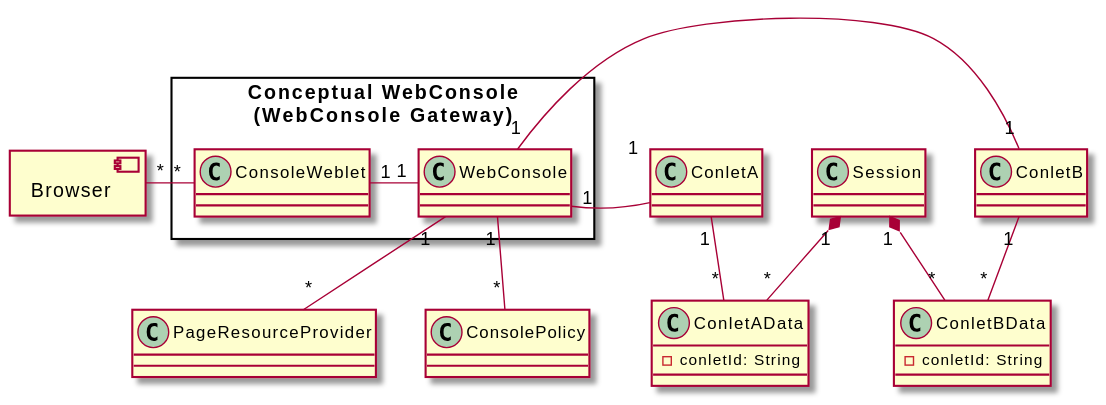
This is javadoc-webconsole/org/jgrapes/webconsole/base/ConsoleStructure.svg from mnlipp/jgrapes, a PlantUML export, as it was before one commit.
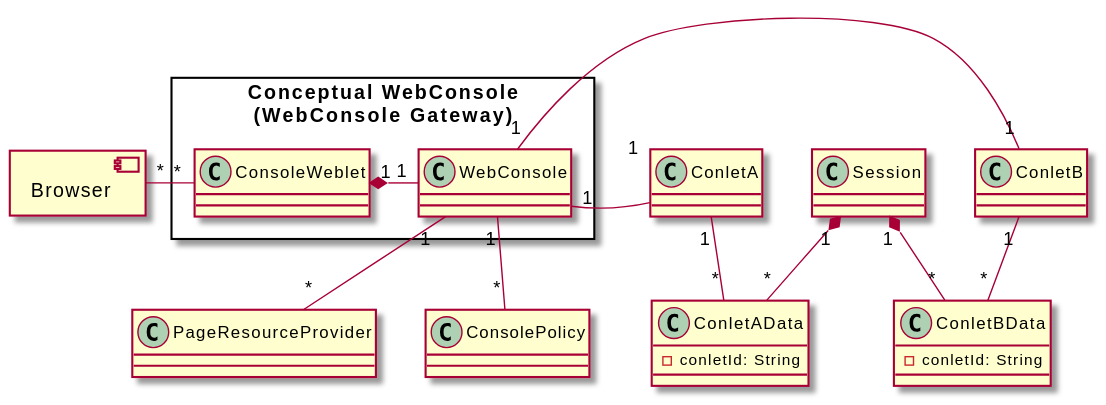
After the commit.

Change to the diagram source:
```diff
@@ -8,7 +8,7 @@
     class WebConsole
  	  class ConsoleWeblet
 
-    WebConsole "1" -left- "1" ConsoleWeblet
+    WebConsole "1" -left-* "1" ConsoleWeblet
  }
 
  ConsoleWeblet "*" -left- "*" Browser
```
